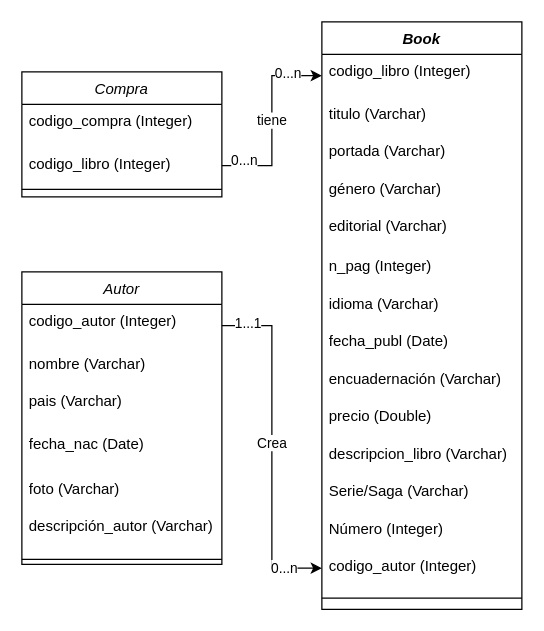
The draw.io diagram public/Diagrama entidad relación.drawio in MariD3v/Mari_BookStore, before the edit. Source tidied: cells renumbered, new cells numbered last; positions are measured from the earlier drawing's top-left corner, leaving out a move shared by most shapes. Both pictures are drawn from the tidied source at 125%, with x=0, y=0 at pixel (21, 21).
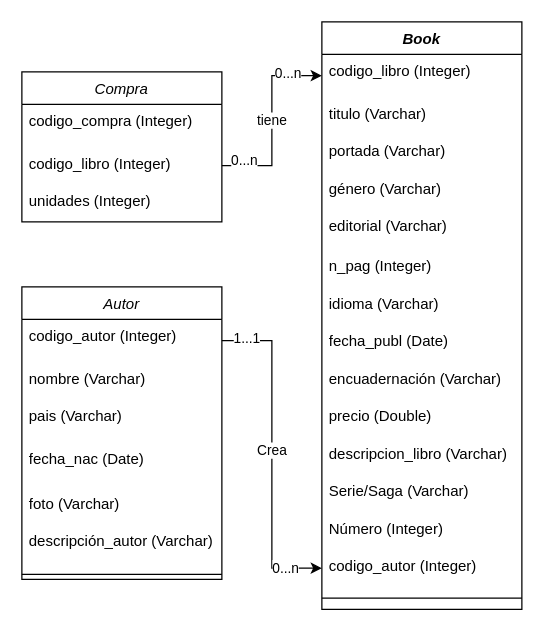
After the change.

Diff of the diagram source:
```diff
@@
     <mxCell id="2" value="Autor" style="swimlane;fontStyle=2;align=center;verticalAlign=top;horizontal=1;startSize=26;rounded=0;shadow=0;strokeWidth=1;" parent="1" vertex="1">
-      <mxGeometry y="200" width="160" height="234" as="geometry" />
+      <mxGeometry y="212" width="160" height="234" as="geometry" />
     </mxCell>
@@
     <mxCell id="30" value="Compra" style="swimlane;fontStyle=2;align=center;verticalAlign=top;horizontal=1;startSize=26;rounded=0;shadow=0;strokeWidth=1;" parent="1" vertex="1">
-      <mxGeometry y="40" width="160" height="100" as="geometry" />
+      <mxGeometry y="40" width="160" height="120" as="geometry" />
     </mxCell>
@@
-    <mxCell id="33" style="line;html=1;strokeWidth=1;align=left;verticalAlign=middle;spacingTop=-1;spacingLeft=3;spacingRight=3;labelPosition=right;" parent="30" vertex="1">
-      <mxGeometry y="90" width="160" height="8" as="geometry" />
-    </mxCell>
+    <mxCell id="37" value="unidades (Integer)" style="text;align=left;verticalAlign=top;spacingLeft=4;spacingRight=4;overflow=hidden;" parent="30" vertex="1">
+      <mxGeometry y="90" width="160" height="30" as="geometry" />
+    </mxCell>
```
